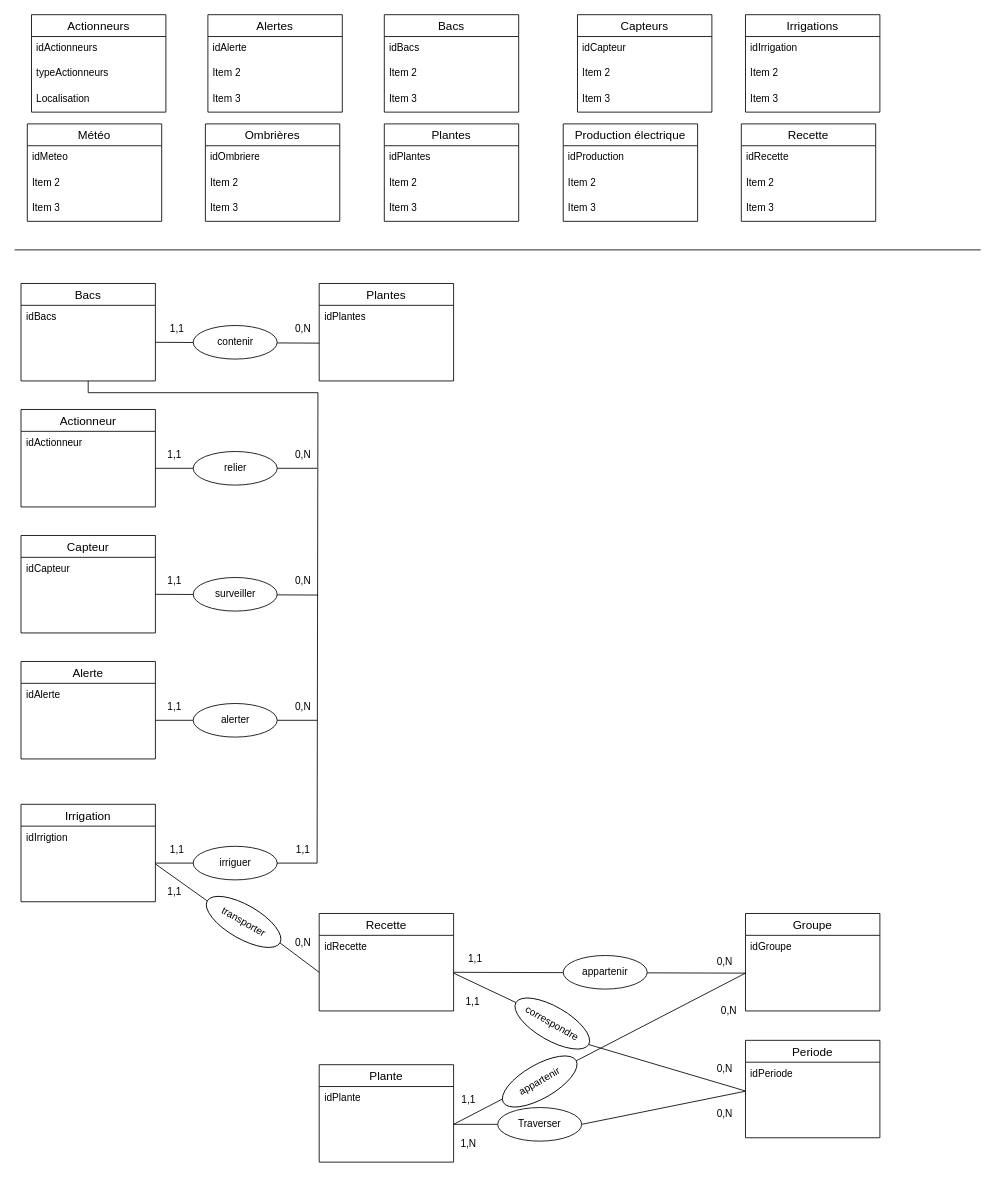
Before: page "Copie de Page-1" (2 of 2) of MCD.drawio in SAE601/BDD, a draw.io diagram. Source tidied: cells renumbered, new cells numbered last; positions are measured from the earlier drawing's top-left corner, leaving out a move shared by most shapes. Both pictures are drawn from the tidied source at 84%, with x=0, y=0 at pixel (14, 14).
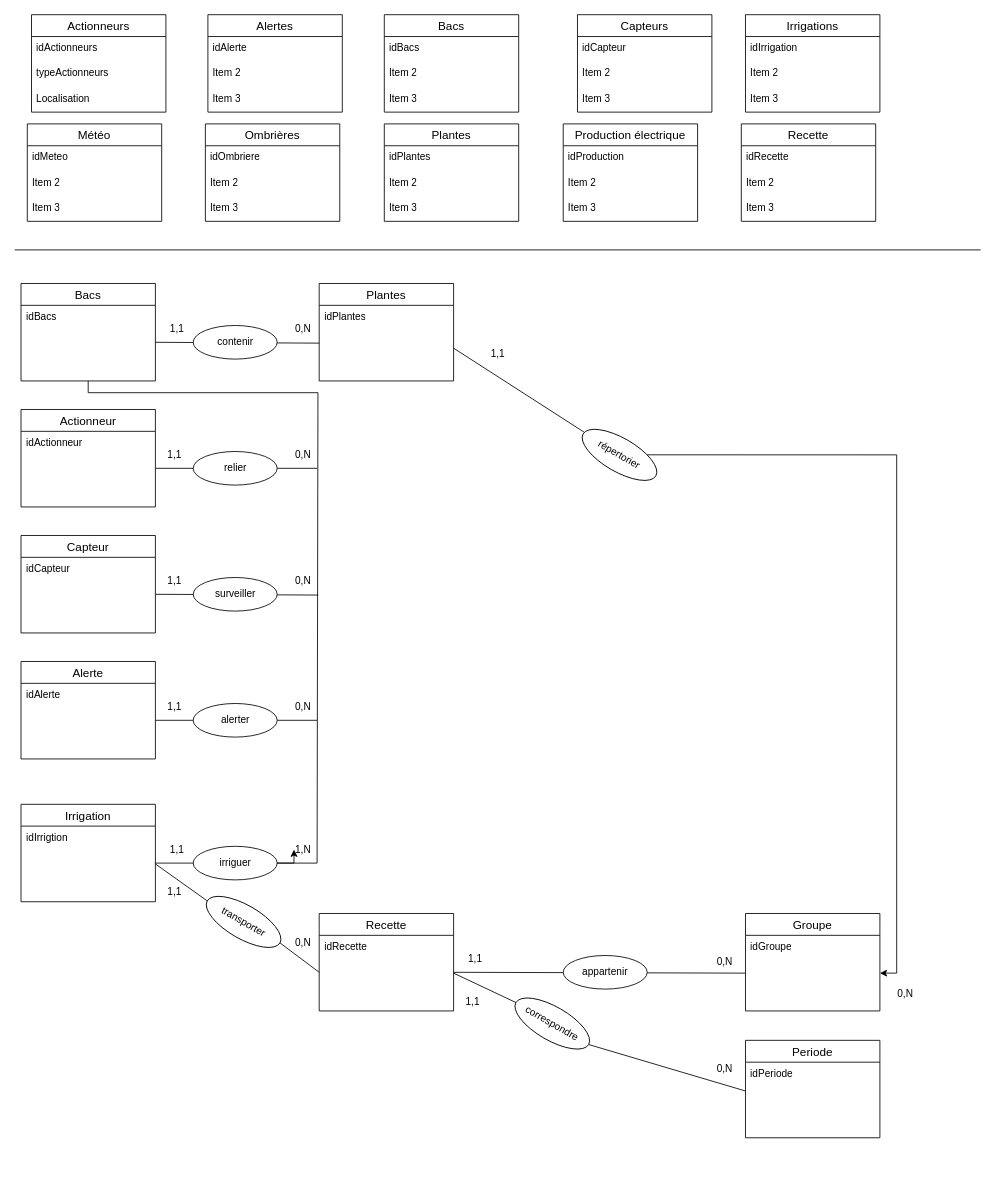
The same page after the edit.

Commit message (it also covers changes not shown here):
Mettre à jour MCD.drawio

Unchanged cells that the change refers to:
```xml
<mxCell id="95" value="&amp;nbsp;" style="text;strokeColor=none;fillColor=none;spacingLeft=4;spacingRight=4;overflow=hidden;points=[[0,0.5],[1,0.5]];portConstraint=eastwest;fontSize=12;whiteSpace=wrap;html=1;" parent="93" vertex="1">
  <mxGeometry y="56" width="160" height="30" as="geometry" />
</mxCell>
<mxCell id="109" value="&amp;nbsp;" style="text;strokeColor=none;fillColor=none;spacingLeft=4;spacingRight=4;overflow=hidden;points=[[0,0.5],[1,0.5]];portConstraint=eastwest;fontSize=12;whiteSpace=wrap;html=1;" parent="107" vertex="1">
  <mxGeometry y="56" width="160" height="30" as="geometry" />
</mxCell>
<mxCell id="117" value="irriguer" style="ellipse;whiteSpace=wrap;html=1;align=center;" parent="1" vertex="1">
  <mxGeometry x="212.5" y="990" width="100" height="40" as="geometry" />
</mxCell>
```

What changed in the source:
```diff
@@
-    <mxCell id="79" value="Plante" style="swimlane;fontStyle=0;horizontal=1;startSize=26;align=center;fontSize=14;" parent="1" vertex="1">
-      <mxGeometry x="362.5" y="1250" width="160" height="116" as="geometry" />
-    </mxCell>
-    <mxCell id="80" value="idPlante" style="text;strokeColor=none;fillColor=none;spacingLeft=4;spacingRight=4;overflow=hidden;fontSize=12;whiteSpace=wrap;html=1;" parent="79" vertex="1">
-      <mxGeometry y="26" width="160" height="30" as="geometry" />
-    </mxCell>
-    <mxCell id="81" value="&amp;nbsp;" style="text;strokeColor=none;fillColor=none;spacingLeft=4;spacingRight=4;overflow=hidden;points=[[0,0.5],[1,0.5]];portConstraint=eastwest;fontSize=12;whiteSpace=wrap;html=1;" parent="79" vertex="1">
-      <mxGeometry y="56" width="160" height="30" as="geometry" />
-    </mxCell>
-    <mxCell id="82" value="&amp;nbsp;" style="text;strokeColor=none;fillColor=none;spacingLeft=4;spacingRight=4;overflow=hidden;fontSize=12;whiteSpace=wrap;html=1;" parent="79" vertex="1">
-      <mxGeometry y="86" width="160" height="30" as="geometry" />
-    </mxCell>
-    <mxCell id="83" style="endArrow=none;html=1;rounded=0;entryX=0;entryY=0.5;entryDx=0;entryDy=0;exitX=1;exitY=0.5;exitDx=0;exitDy=0;" parent="1" edge="1" source="81" target="95">
-      <mxGeometry relative="1" as="geometry" />
-    </mxCell>
-    <mxCell id="84" value="appartenir" style="ellipse;whiteSpace=wrap;html=1;align=center;rotation=-30;" parent="1" vertex="1">
-      <mxGeometry x="575" y="1250" width="100" height="40" as="geometry" />
-    </mxCell>
-    <mxCell id="85" value="1,1" style="text;html=1;align=center;verticalAlign=middle;strokeColor=none;fillColor=none;" parent="1" vertex="1">
-      <mxGeometry x="520" y="1277" width="40" height="30" as="geometry" />
-    </mxCell>
     <mxCell id="86" value="0,N" style="text;html=1;align=center;verticalAlign=middle;strokeColor=none;fillColor=none;" parent="1" vertex="1">
-      <mxGeometry x="830" y="1171" width="40" height="30" as="geometry" />
+      <mxGeometry x="1040" y="1151" width="40" height="30" as="geometry" />
     </mxCell>
     <mxCell id="87" value="&amp;nbsp;" style="text;strokeColor=none;fillColor=none;spacingLeft=4;spacingRight=4;overflow=hidden;fontSize=12;whiteSpace=wrap;html=1;" parent="1" vertex="1">
-      <mxGeometry x="965" y="786" width="160" height="30" as="geometry" />
+      <mxGeometry x="965" y="779" width="160" height="30" as="geometry" />
     </mxCell>
-    <mxCell id="88" style="endArrow=none;html=1;rounded=0;entryX=-0.002;entryY=0.154;entryDx=0;entryDy=0;exitX=1;exitY=0.5;exitDx=0;exitDy=0;entryPerimeter=0;" parent="1" edge="1" source="92" target="109">
-      <mxGeometry relative="1" as="geometry" />
-    </mxCell>
-    <mxCell id="89" value="1,N" style="text;html=1;align=center;verticalAlign=middle;strokeColor=none;fillColor=none;" parent="1" vertex="1">
-      <mxGeometry x="520" y="1330" width="40" height="30" as="geometry" />
-    </mxCell>
-    <mxCell id="90" value="0,N" style="text;html=1;align=center;verticalAlign=middle;strokeColor=none;fillColor=none;" parent="1" vertex="1">
-      <mxGeometry x="825" y="1294" width="40" height="30" as="geometry" />
-    </mxCell>
-    <mxCell id="91" style="endArrow=none;html=1;rounded=0;entryX=0;entryY=0.5;entryDx=0;entryDy=0;exitX=1;exitY=0.5;exitDx=0;exitDy=0;" parent="1" edge="1" source="81" target="92">
-      <mxGeometry relative="1" as="geometry" />
-    </mxCell>
-    <mxCell id="92" value="Traverser" style="ellipse;whiteSpace=wrap;html=1;align=center;rotation=0;" parent="1" vertex="1">
-      <mxGeometry x="575" y="1301" width="100" height="40" as="geometry" />
-    </mxCell>
@@
+    <mxCell id="129" style="edgeStyle=orthogonalEdgeStyle;rounded=0;jettySize=auto;html=1;" parent="1" edge="1" source="117" target="119">
+      <mxGeometry relative="1" as="geometry" />
+    </mxCell>
@@
-    <mxCell id="119" value="1,1" style="text;html=1;align=center;verticalAlign=middle;points=[];strokeColor=none;fillColor=none;" parent="1" vertex="1">
+    <mxCell id="119" value="1,N" style="text;html=1;align=center;verticalAlign=middle;points=[];strokeColor=none;fillColor=none;" parent="1" vertex="1">
       <mxGeometry x="322.5" y="979" width="40" height="30" as="geometry" />
     </mxCell>
@@
+    <mxCell id="130" style="endArrow=none;html=1;rounded=0;exitX=1;exitY=0.5;exitDx=0;exitDy=0;" parent="1" edge="1" target="132">
+      <mxGeometry relative="1" as="geometry">
+        <mxPoint x="522.5" y="397" as="sourcePoint" />
+      </mxGeometry>
+    </mxCell>
+    <mxCell id="131" style="edgeStyle=orthogonalEdgeStyle;rounded=0;jettySize=auto;html=1;entryX=1;entryY=0.5;entryDx=0;entryDy=0;" parent="1" edge="1" source="132" target="95">
+      <mxGeometry relative="1" as="geometry">
+        <Array as="points">
+          <mxPoint x="1050" y="524" />
+          <mxPoint x="1050" y="1141" />
+        </Array>
+      </mxGeometry>
+    </mxCell>
+    <mxCell id="132" value="répertorier" style="ellipse;whiteSpace=wrap;html=1;align=center;rotation=30;" parent="1" vertex="1">
+      <mxGeometry x="670" y="504" width="100" height="40" as="geometry" />
+    </mxCell>
+    <mxCell id="85" value="1,1" style="text;html=1;align=center;verticalAlign=middle;strokeColor=none;fillColor=none;" parent="1" vertex="1">
+      <mxGeometry x="555" y="389" width="40" height="30" as="geometry" />
+    </mxCell>
```
